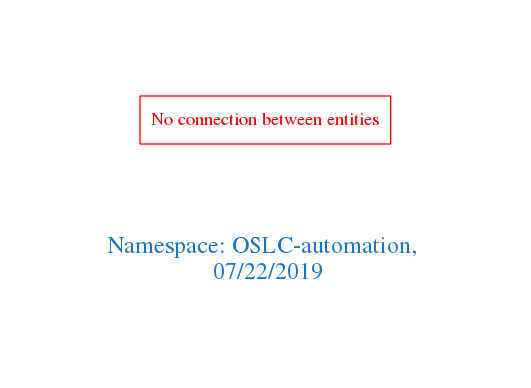
Earlier version of the Graphviz export downloads/OSLC-automation.png (arago/OGIT). Its source is kept beside it as downloads/OSLC-automation.dot.
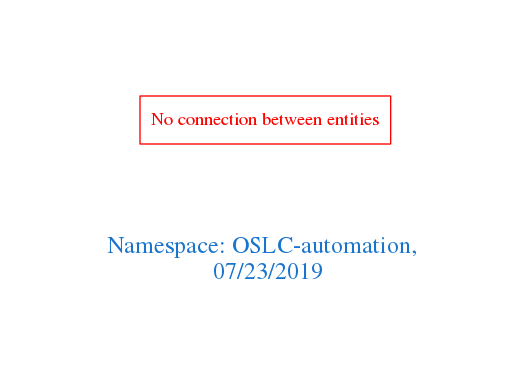
Later version of the same file.

Diff of the diagram source:
```diff
@@ -1,7 +1,7 @@
 digraph OGIT_ontology {
  graph [ rankdir= LR,pad=1
 fontsize = 18,
-fontcolor= dodgerblue3,label = "\n\n\nNamespace: OSLC-automation, \n 07/22/2019"];
+fontcolor= dodgerblue3,label = "\n\n\nNamespace: OSLC-automation, \n 07/23/2019"];
 node[shape=polygon];
 edge [  color="gray81"];
 
```
